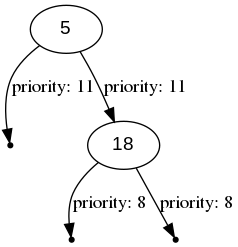
Earlier version of the Graphviz export visLib/out/png/dump1.png (NikitaEvs/trees). Its source is kept beside it as visLib/out/dot/dump1.dot.
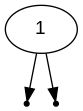
After the commit.

Diff of the diagram source:
```diff
@@ -1,10 +1,7 @@
 digraph BinarySearchTree {
     node [fontname = "Arial"];
     null0[shape=point];
-    5 -> null0 [label="priority: 11"];
-    5 -> 18 [label="priority: 11"];
+    1 -> null0;
     null1[shape=point];
-    18 -> null1 [label="priority: 8"];
-    null2[shape=point];
-    18 -> null2 [label="priority: 8"];
+    1 -> null1;
 }
```
